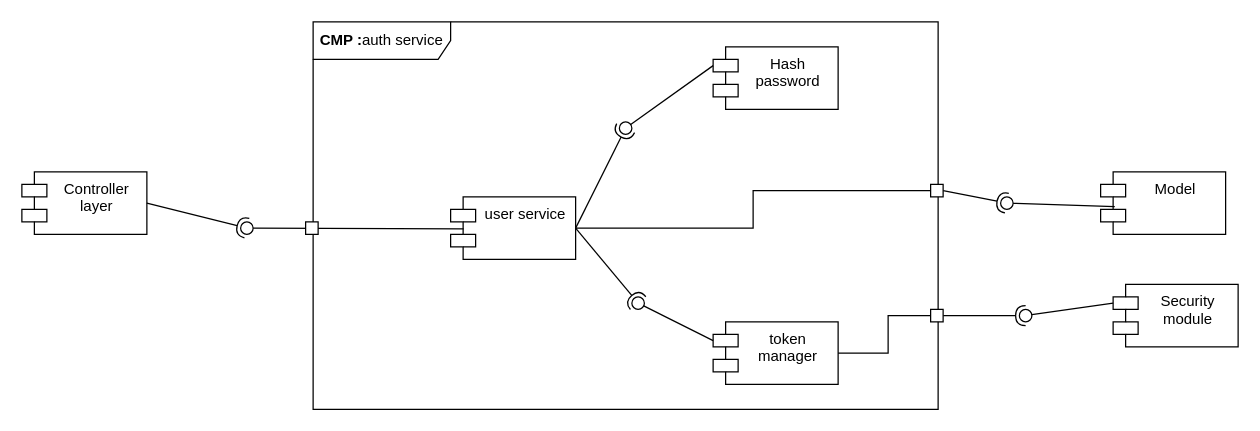
Above: page "Auth_detailed_view" (6 of 7) of DD/LaTeXCode/images/drawio/Component_diagram.drawio in jacopobellosi/Bellosi-Montanelli-Tempobono (draw.io), before the change. Source tidied: cells renumbered, new cells numbered last; positions are measured from the earlier drawing's top-left corner, leaving out a move shared by most shapes. Both pictures are drawn from the tidied source at 125%, with x=0, y=0 at pixel (21, 21).
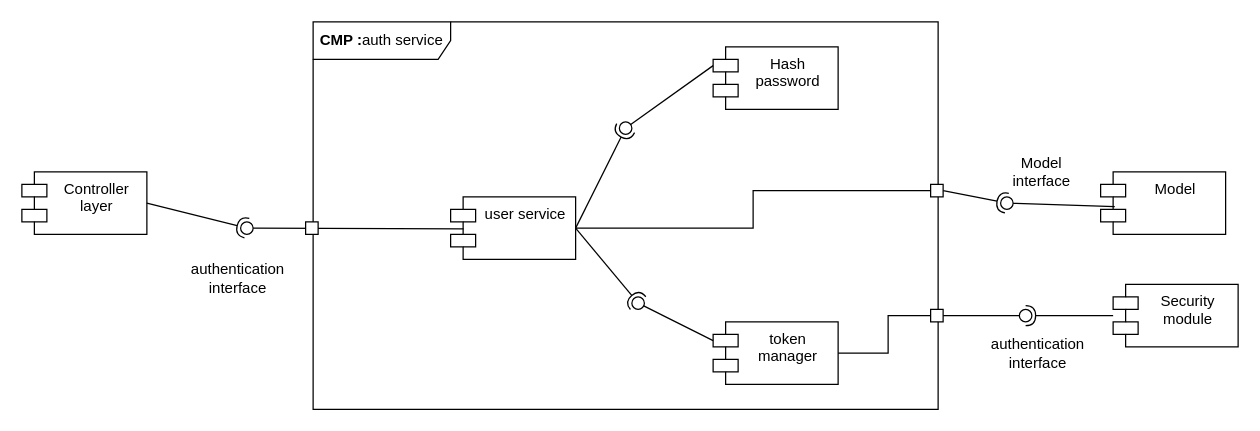
The same diagram, later.

Unchanged cells that the change refers to:
```xml
<mxCell id="4" value="&lt;b&gt;CMP :&lt;/b&gt;auth service" style="shape=umlFrame;whiteSpace=wrap;html=1;width=110;height=30;" parent="1" vertex="1">
  <mxGeometry x="233" width="500" height="310" as="geometry" />
</mxCell>
<mxCell id="26" value="Security&lt;br&gt;module" style="shape=module;align=left;spacingLeft=20;align=center;verticalAlign=top;whiteSpace=wrap;html=1;" parent="1" vertex="1">
  <mxGeometry x="873" y="210" width="100" height="50" as="geometry" />
</mxCell>
<mxCell id="30" style="rounded=0;whiteSpace=wrap;html=1;" parent="1" vertex="1">
  <mxGeometry x="727" y="230" width="10" height="10" as="geometry" />
</mxCell>
```

Change to the diagram source:
```diff
@@
-    <mxCell id="27" style="rounded=0;jettySize=auto;html=1;endArrow=halfCircle;endFill=0;endSize=6;strokeWidth=1;sketch=0;exitX=1;exitY=0.5;exitDx=0;exitDy=0;" parent="1" edge="1" source="30">
+    <mxCell id="27" style="rounded=0;jettySize=auto;html=1;endArrow=halfCircle;endFill=0;endSize=6;strokeWidth=1;sketch=0;" parent="1" edge="1" source="26">
       <mxGeometry relative="1" as="geometry">
         <mxPoint x="803" y="235" as="targetPoint" />
       </mxGeometry>
     </mxCell>
-    <mxCell id="28" style="rounded=0;jettySize=auto;html=1;endArrow=oval;endFill=0;sketch=0;sourcePerimeterSpacing=0;targetPerimeterSpacing=0;endSize=10;exitX=0;exitY=0;exitDx=0;exitDy=15;exitPerimeter=0;" parent="1" edge="1" source="26">
+    <mxCell id="28" style="rounded=0;jettySize=auto;html=1;endArrow=oval;endFill=0;sketch=0;sourcePerimeterSpacing=0;targetPerimeterSpacing=0;endSize=10;exitX=0.999;exitY=0.758;exitDx=0;exitDy=0;exitPerimeter=0;" parent="1" edge="1" source="4">
       <mxGeometry relative="1" as="geometry">
         <mxPoint x="803" y="235" as="targetPoint" />
       </mxGeometry>
     </mxCell>
@@
+    <mxCell id="33" value="authentication&lt;br&gt;interface" style="text;html=1;whiteSpace=wrap;strokeColor=none;fillColor=none;align=center;verticalAlign=middle;rounded=0;" parent="1" vertex="1">
+      <mxGeometry x="783" y="250" width="60" height="30" as="geometry" />
+    </mxCell>
+    <mxCell id="34" value="authentication&lt;br&gt;interface" style="text;html=1;whiteSpace=wrap;strokeColor=none;fillColor=none;align=center;verticalAlign=middle;rounded=0;" parent="1" vertex="1">
+      <mxGeometry x="143" y="190" width="60" height="30" as="geometry" />
+    </mxCell>
+    <mxCell id="35" value="Model&lt;br&gt;interface" style="text;html=1;whiteSpace=wrap;strokeColor=none;fillColor=none;align=center;verticalAlign=middle;rounded=0;" parent="1" vertex="1">
+      <mxGeometry x="785.5" y="105" width="60" height="30" as="geometry" />
+    </mxCell>
```
